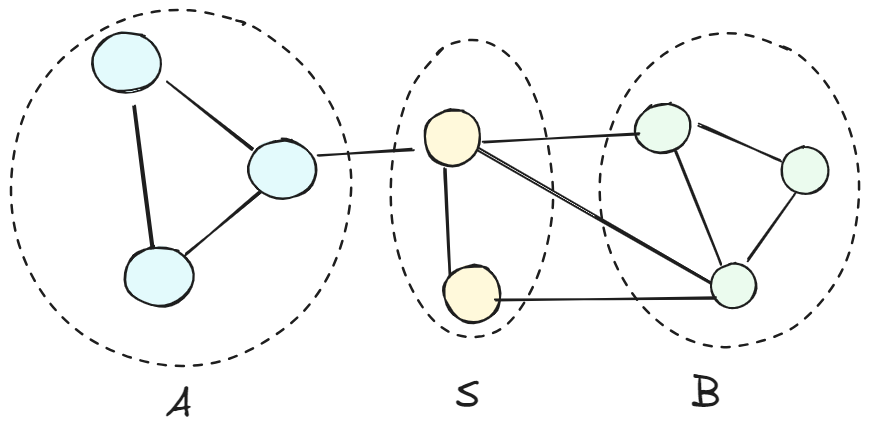
Before: diplom/assets/math/discrete/indep.excalidraw.png, a diagram exported from Excalidraw (NMashalov/EducationGenerativeModelApplication). Source tidied: one line per element, renumbered; positions are measured from the earlier drawing's top-left corner, leaving out a move shared by most shapes. Its diagram source:
```json
{"id": 0, "type": "ellipse", "strokeColor": "#1e1e1e", "strokeWidth": 2, "strokeStyle": "dashed", "roughness": 1, "round": true, "x": 0, "y": 0, "width": 341, "height": 356}
{"id": 1, "type": "line", "strokeColor": "#1e1e1e", "strokeWidth": 2, "roughness": 1, "round": true, "x": 308, "y": 145, "width": 94, "height": 6, "points": [[0, 0], [94, -6]]}
{"id": 2, "type": "line", "strokeColor": "#1e1e1e", "strokeWidth": 2, "roughness": 1, "round": true, "x": 158, "y": 72, "width": 86, "height": 66, "points": [[0, 0], [86, 66]]}
{"id": 3, "type": "line", "strokeColor": "#1e1e1e", "strokeWidth": 2, "roughness": 1, "round": true, "x": 124, "y": 96, "width": 18, "height": 146, "points": [[0, 0], [18, 146]]}
{"id": 4, "type": "line", "strokeColor": "#1e1e1e", "strokeWidth": 2, "roughness": 1, "round": true, "x": 175, "y": 244, "width": 76, "height": 62, "points": [[0, 0], [76, -62]]}
{"id": 5, "type": "ellipse", "strokeColor": "#1e1e1e", "backgroundColor": "#fff9db", "fillStyle": "solid", "strokeWidth": 2, "roughness": 1, "round": true, "x": 414, "y": 99, "width": 57, "height": 57}
{"id": 6, "type": "ellipse", "strokeColor": "#1e1e1e", "backgroundColor": "#fff9db", "fillStyle": "solid", "strokeWidth": 2, "roughness": 1, "round": true, "x": 434, "y": 255, "width": 57, "height": 57}
{"id": 7, "type": "ellipse", "strokeColor": "#1e1e1e", "angle": 6.04, "backgroundColor": "#ebfbee", "fillStyle": "solid", "strokeWidth": 2, "roughness": 1, "round": true, "x": 625, "y": 94, "width": 57, "height": 49}
{"id": 8, "type": "ellipse", "strokeColor": "#1e1e1e", "angle": 6.04, "backgroundColor": "#ebfbee", "fillStyle": "solid", "strokeWidth": 2, "roughness": 1, "round": true, "x": 772, "y": 137, "width": 47, "height": 47}
{"id": 9, "type": "ellipse", "strokeColor": "#1e1e1e", "angle": 6.04, "backgroundColor": "#ebfbee", "fillStyle": "solid", "strokeWidth": 2, "roughness": 1, "round": true, "x": 701, "y": 253, "width": 45, "height": 45}
{"id": 10, "type": "line", "strokeColor": "#1e1e1e", "angle": 6.04, "strokeWidth": 2, "roughness": 1, "round": true, "x": 694, "y": 105, "width": 71, "height": 55, "points": [[0, 0], [71, 55]]}
{"id": 11, "type": "line", "strokeColor": "#1e1e1e", "angle": 6.04, "strokeWidth": 2, "roughness": 1, "round": true, "x": 680, "y": 137, "width": 15, "height": 121, "points": [[0, 0], [15, 121]]}
{"id": 12, "type": "line", "strokeColor": "#1e1e1e", "angle": 6.04, "strokeWidth": 2, "roughness": 1, "round": true, "x": 730, "y": 243, "width": 63, "height": 52, "points": [[0, 0], [63, -52]]}
{"id": 13, "type": "ellipse", "strokeColor": "#1e1e1e", "backgroundColor": "#e3fafc", "fillStyle": "solid", "strokeWidth": 2, "roughness": 1, "round": true, "x": 83, "y": 22, "width": 68, "height": 59}
{"id": 14, "type": "ellipse", "strokeColor": "#1e1e1e", "backgroundColor": "#e3fafc", "fillStyle": "solid", "strokeWidth": 2, "roughness": 1, "round": true, "x": 239, "y": 129, "width": 68, "height": 59}
{"id": 15, "type": "ellipse", "strokeColor": "#1e1e1e", "backgroundColor": "#e3fafc", "fillStyle": "solid", "strokeWidth": 2, "roughness": 1, "round": true, "x": 115, "y": 237, "width": 68, "height": 59}
{"id": 16, "type": "ellipse", "strokeColor": "#1e1e1e", "strokeWidth": 2, "strokeStyle": "dashed", "roughness": 1, "round": true, "x": 381, "y": 30, "width": 162, "height": 298}
{"id": 17, "type": "line", "strokeColor": "#1e1e1e", "backgroundColor": "#fff9db", "fillStyle": "solid", "strokeWidth": 2, "roughness": 1, "round": true, "x": 474, "y": 132, "width": 154, "height": 8, "points": [[0, 0], [154, -8]]}
{"id": 18, "type": "line", "strokeColor": "#1e1e1e", "backgroundColor": "#fff9db", "fillStyle": "solid", "strokeWidth": 2, "roughness": 1, "round": true, "x": 470, "y": 139, "width": 230, "height": 134, "points": [[0, 0], [230, 134]]}
{"id": 19, "type": "line", "strokeColor": "#1e1e1e", "backgroundColor": "#fff9db", "fillStyle": "solid", "strokeWidth": 2, "roughness": 1, "round": true, "x": 486, "y": 290, "width": 220, "height": 3, "points": [[0, 0], [220, -3]]}
{"id": 20, "type": "ellipse", "strokeColor": "#1e1e1e", "strokeWidth": 2, "strokeStyle": "dashed", "roughness": 1, "round": true, "x": 590, "y": 23, "width": 259, "height": 314}
{"id": 21, "type": "text", "text": "S", "strokeColor": "#1e1e1e", "strokeWidth": 2, "strokeStyle": "dashed", "roughness": 1, "fontSize": 39.74, "fontFamily": 1, "x": 446, "y": 363, "width": 24, "height": 50}
{"id": 22, "type": "text", "text": "A", "strokeColor": "#1e1e1e", "strokeWidth": 2, "strokeStyle": "dashed", "roughness": 1, "fontSize": 39.74, "fontFamily": 1, "x": 155, "y": 371, "width": 26, "height": 50}
{"id": 23, "type": "text", "text": "B", "strokeColor": "#1e1e1e", "strokeWidth": 2, "strokeStyle": "dashed", "roughness": 1, "fontSize": 39.74, "fontFamily": 1, "x": 682, "y": 360, "width": 29, "height": 50}
{"id": 24, "type": "line", "strokeColor": "#1e1e1e", "backgroundColor": "#ebfbee", "fillStyle": "solid", "strokeWidth": 2, "roughness": 1, "round": true, "x": 436, "y": 159, "width": 4, "height": 107, "points": [[0, 0], [4, 107]]}
```
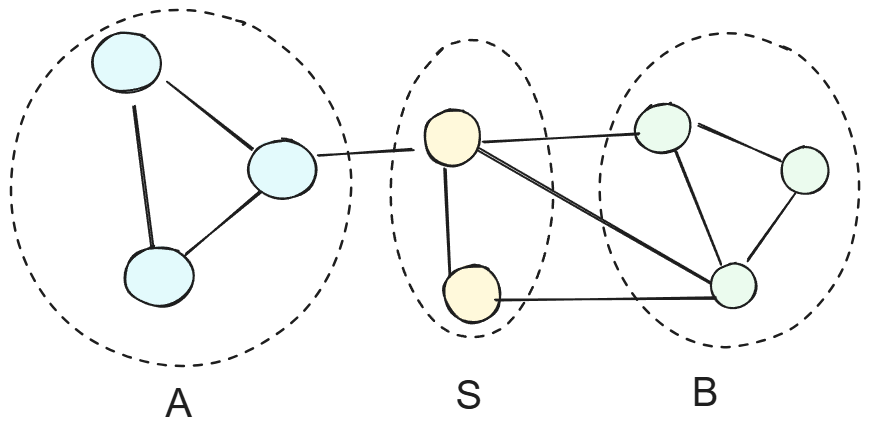
After the commit.

Change to the diagram source:
```diff
@@ -19,7 +19,7 @@
 {"id": 18, "type": "line", "strokeColor": "#1e1e1e", "backgroundColor": "#fff9db", "fillStyle": "solid", "strokeWidth": 2, "roughness": 1, "round": true, "x": 470, "y": 139, "width": 230, "height": 134, "points": [[0, 0], [230, 134]]}
 {"id": 19, "type": "line", "strokeColor": "#1e1e1e", "backgroundColor": "#fff9db", "fillStyle": "solid", "strokeWidth": 2, "roughness": 1, "round": true, "x": 486, "y": 290, "width": 220, "height": 3, "points": [[0, 0], [220, -3]]}
 {"id": 20, "type": "ellipse", "strokeColor": "#1e1e1e", "strokeWidth": 2, "strokeStyle": "dashed", "roughness": 1, "round": true, "x": 590, "y": 23, "width": 259, "height": 314}
-{"id": 21, "type": "text", "text": "S", "strokeColor": "#1e1e1e", "strokeWidth": 2, "strokeStyle": "dashed", "roughness": 1, "fontSize": 39.74, "fontFamily": 1, "x": 446, "y": 363, "width": 24, "height": 50}
+{"id": 21, "type": "text", "text": "S", "strokeColor": "#1e1e1e", "strokeWidth": 2, "strokeStyle": "dashed", "roughness": 1, "fontSize": 39.74, "fontFamily": 2, "x": 446, "y": 363, "width": 26, "height": 46}
-{"id": 22, "type": "text", "text": "A", "strokeColor": "#1e1e1e", "strokeWidth": 2, "strokeStyle": "dashed", "roughness": 1, "fontSize": 39.74, "fontFamily": 1, "x": 155, "y": 371, "width": 26, "height": 50}
+{"id": 22, "type": "text", "text": "A", "strokeColor": "#1e1e1e", "strokeWidth": 2, "strokeStyle": "dashed", "roughness": 1, "fontSize": 39.74, "fontFamily": 2, "x": 155, "y": 371, "width": 26, "height": 46}
-{"id": 23, "type": "text", "text": "B", "strokeColor": "#1e1e1e", "strokeWidth": 2, "strokeStyle": "dashed", "roughness": 1, "fontSize": 39.74, "fontFamily": 1, "x": 682, "y": 360, "width": 29, "height": 50}
+{"id": 23, "type": "text", "text": "B", "strokeColor": "#1e1e1e", "strokeWidth": 2, "strokeStyle": "dashed", "roughness": 1, "fontSize": 39.74, "fontFamily": 2, "x": 682, "y": 360, "width": 26, "height": 46}
 {"id": 24, "type": "line", "strokeColor": "#1e1e1e", "backgroundColor": "#ebfbee", "fillStyle": "solid", "strokeWidth": 2, "roughness": 1, "round": true, "x": 436, "y": 159, "width": 4, "height": 107, "points": [[0, 0], [4, 107]]}
```
